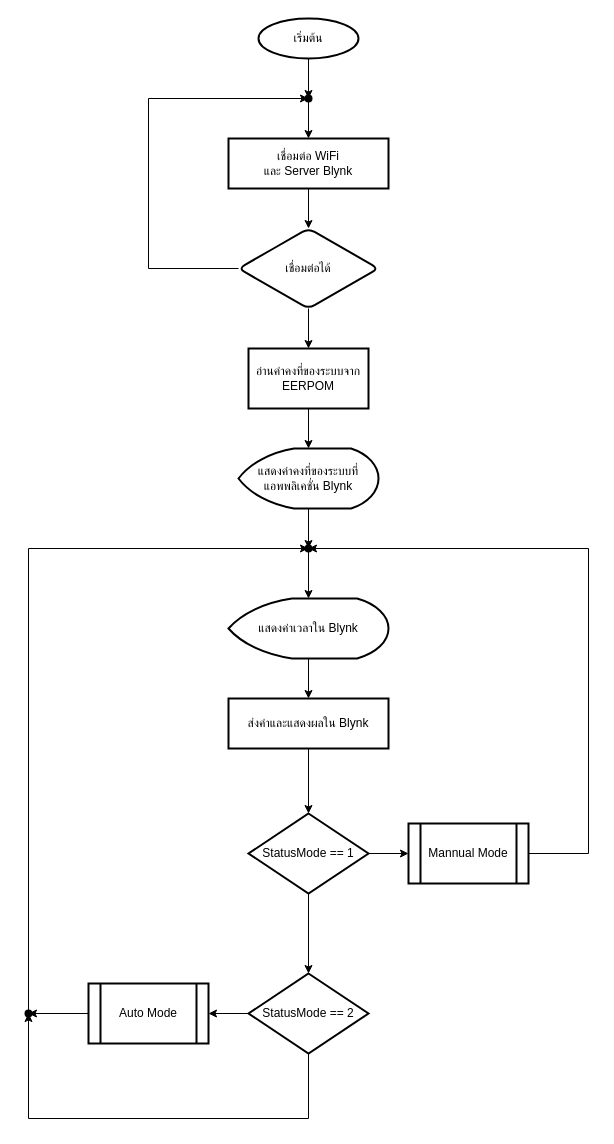
The draw.io diagram Untitled Diagram.drawio in Dekdum020/Flowchart_Hydopronics, before the edit. Source tidied: cells renumbered, new cells numbered last; positions are measured from the earlier drawing's top-left corner, leaving out a move shared by most shapes. Both pictures are drawn from the tidied source at 100%, with x=0, y=0 at pixel (18, 18).
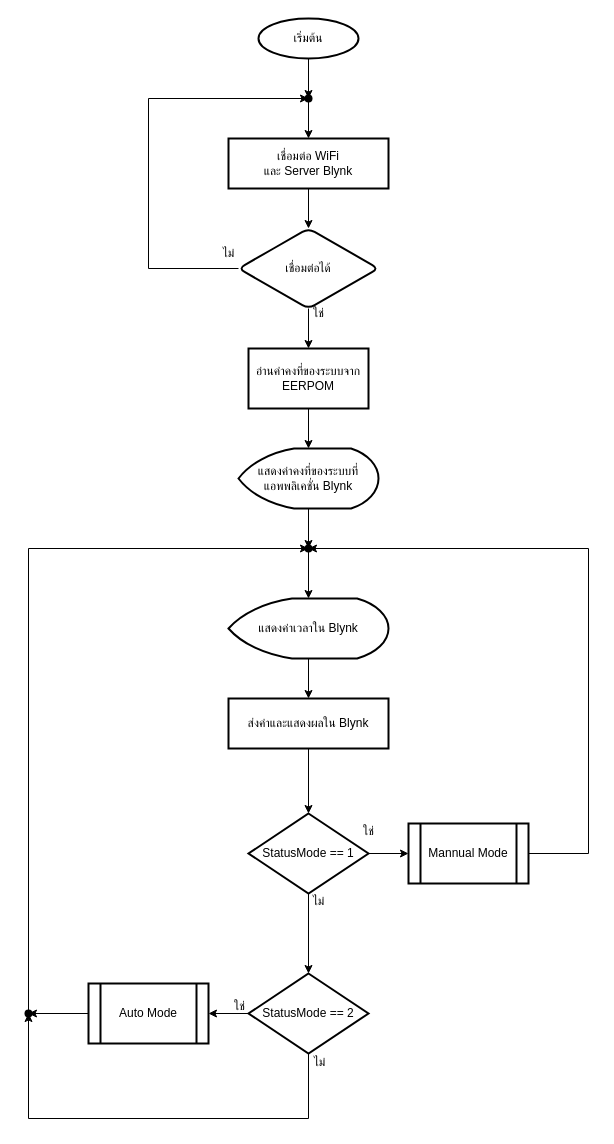
After the change.

Diff of the diagram source:
```diff
@@
+    <mxCell id="33" value="ใช่" style="text;html=1;align=center;verticalAlign=middle;strokeColor=none;fillColor=none;" parent="1" vertex="1">
+      <mxGeometry x="280" y="280" width="40" height="30" as="geometry" />
+    </mxCell>
+    <mxCell id="34" value="ไม่" style="text;html=1;align=center;verticalAlign=middle;strokeColor=none;fillColor=none;" parent="1" vertex="1">
+      <mxGeometry x="190" y="220" width="40" height="30" as="geometry" />
+    </mxCell>
+    <mxCell id="35" value="ใช่" style="text;html=1;align=center;verticalAlign=middle;strokeColor=none;fillColor=none;" parent="1" vertex="1">
+      <mxGeometry x="330" y="798" width="40" height="30" as="geometry" />
+    </mxCell>
+    <mxCell id="36" value="ไม่" style="text;html=1;align=center;verticalAlign=middle;strokeColor=none;fillColor=none;" parent="1" vertex="1">
+      <mxGeometry x="280" y="868" width="40" height="30" as="geometry" />
+    </mxCell>
+    <mxCell id="37" value="ใช่" style="text;html=1;align=center;verticalAlign=middle;strokeColor=none;fillColor=none;" parent="1" vertex="1">
+      <mxGeometry x="201" y="973" width="40" height="30" as="geometry" />
+    </mxCell>
+    <mxCell id="38" value="ไม่" style="text;html=1;align=center;verticalAlign=middle;strokeColor=none;fillColor=none;" parent="1" vertex="1">
+      <mxGeometry x="281" y="1029" width="40" height="30" as="geometry" />
+    </mxCell>
```
